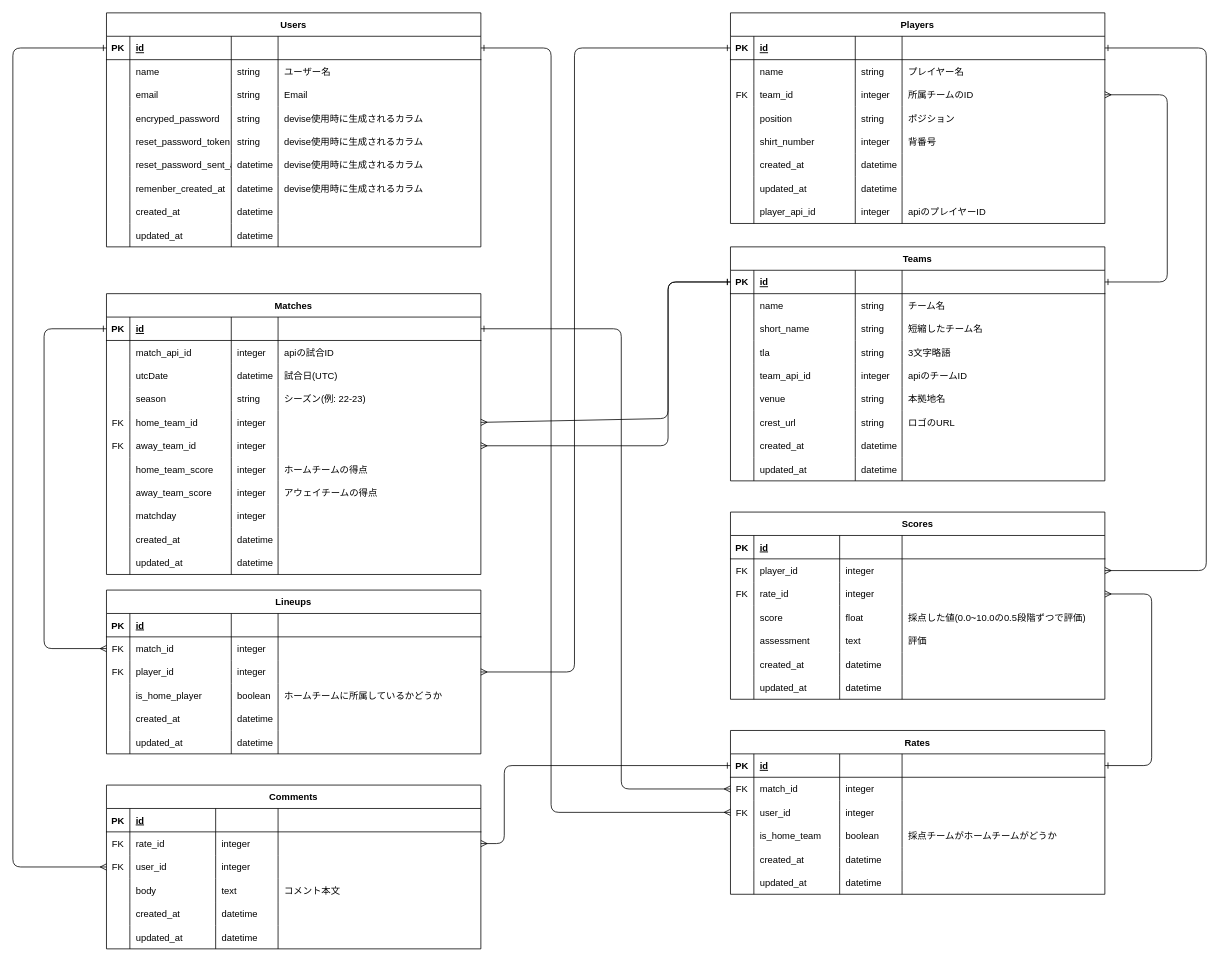
Before: ER.dio in KmxNnCCZ/rate-footballer, a draw.io diagram. Source tidied: cells renumbered, new cells numbered last; positions are measured from the earlier drawing's top-left corner, leaving out a move shared by most shapes. Both pictures are drawn from the tidied source at 78%, with x=0, y=0 at pixel (12, 12).
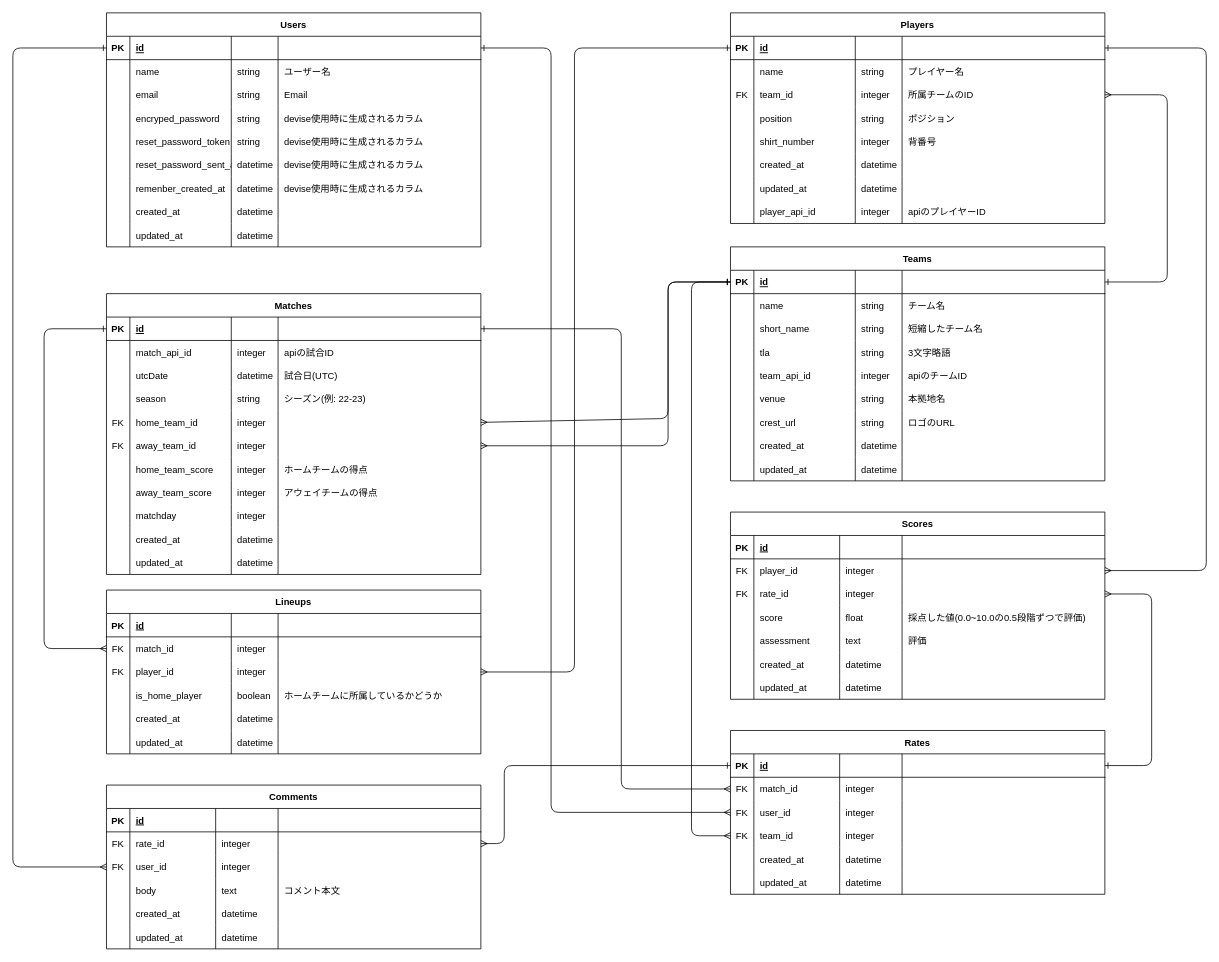
The same page after the edit.

Commit message:
採点一覧ページの完成

The change refers to these unchanged cells:
```xml
<mxCell id="96" style="shape=tableRow;horizontal=0;startSize=0;swimlaneHead=0;swimlaneBody=0;fillColor=none;points=[[0,0.5],[1,0.5]];portConstraint=eastwest;top=0;left=0;right=0;bottom=0;" parent="80" vertex="1">
  <mxGeometry y="120" width="480" height="30" as="geometry" />
</mxCell>
<mxCell id="143" style="shape=tableRow;horizontal=0;startSize=0;swimlaneHead=0;swimlaneBody=0;fillColor=none;points=[[0,0.5],[1,0.5]];portConstraint=eastwest;top=0;left=0;right=0;bottom=1;" parent="142" vertex="1">
  <mxGeometry y="30" width="480" height="30" as="geometry" />
</mxCell>
```

What changed in the source:
```diff
@@
-    <mxCell id="97" style="shape=partialRectangle;fillColor=none;top=0;left=0;bottom=0;right=0;overflow=hidden;" parent="96" vertex="1">
+    <mxCell id="97" value="FK" style="shape=partialRectangle;fillColor=none;top=0;left=0;bottom=0;right=0;overflow=hidden;" parent="96" vertex="1">
       <mxGeometry width="30" height="30" as="geometry" />
     </mxCell>
-    <mxCell id="98" value="is_home_team" style="shape=partialRectangle;fillColor=none;top=0;left=0;bottom=0;right=0;align=left;spacingLeft=6;overflow=hidden;" parent="96" vertex="1">
+    <mxCell id="98" value="team_id" style="shape=partialRectangle;fillColor=none;top=0;left=0;bottom=0;right=0;align=left;spacingLeft=6;overflow=hidden;" parent="96" vertex="1">
       <mxGeometry x="30" width="110" height="30" as="geometry" />
     </mxCell>
-    <mxCell id="99" value="boolean" style="shape=partialRectangle;fillColor=none;top=0;left=0;bottom=0;right=0;align=left;spacingLeft=6;overflow=hidden;" parent="96" vertex="1">
+    <mxCell id="99" value="integer" style="shape=partialRectangle;fillColor=none;top=0;left=0;bottom=0;right=0;align=left;spacingLeft=6;overflow=hidden;" parent="96" vertex="1">
       <mxGeometry x="140" width="80" height="30" as="geometry" />
     </mxCell>
-    <mxCell id="100" value="採点チームがホームチームがどうか" style="shape=partialRectangle;fillColor=none;top=0;left=0;bottom=0;right=0;align=left;spacingLeft=6;overflow=hidden;" parent="96" vertex="1">
+    <mxCell id="100" style="shape=partialRectangle;fillColor=none;top=0;left=0;bottom=0;right=0;align=left;spacingLeft=6;overflow=hidden;" parent="96" vertex="1">
       <mxGeometry x="220" width="260" height="30" as="geometry" />
     </mxCell>
@@
+    <mxCell id="331" style="edgeStyle=none;html=1;entryX=0;entryY=0.5;entryDx=0;entryDy=0;exitX=0;exitY=0.5;exitDx=0;exitDy=0;startArrow=ERmany;startFill=0;endArrow=ERone;endFill=0;" parent="1" edge="1" source="96" target="143">
+      <mxGeometry relative="1" as="geometry">
+        <Array as="points">
+          <mxPoint x="870" y="1055" />
+          <mxPoint x="870" y="345" />
+        </Array>
+      </mxGeometry>
+    </mxCell>
```
